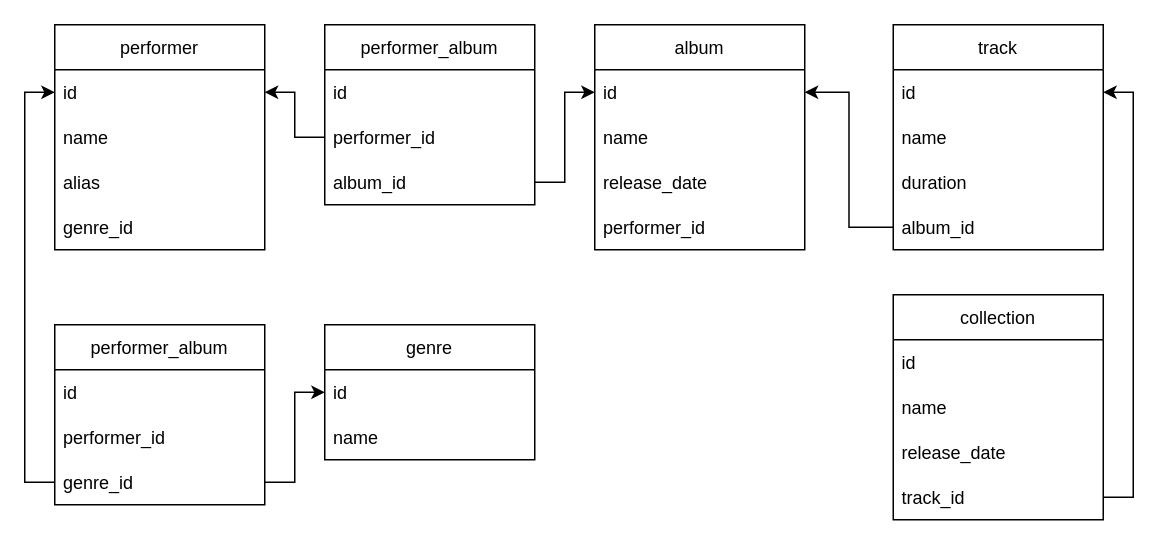
The draw.io diagram Sheme Music_DB Diagram.drawio in Fmndkn/SQL_task, before the edit. Source tidied: cells renumbered, new cells numbered last; positions are measured from the earlier drawing's top-left corner, leaving out a move shared by most shapes. Both pictures are drawn from the tidied source at 150%, with x=0, y=0 at pixel (54, 24).
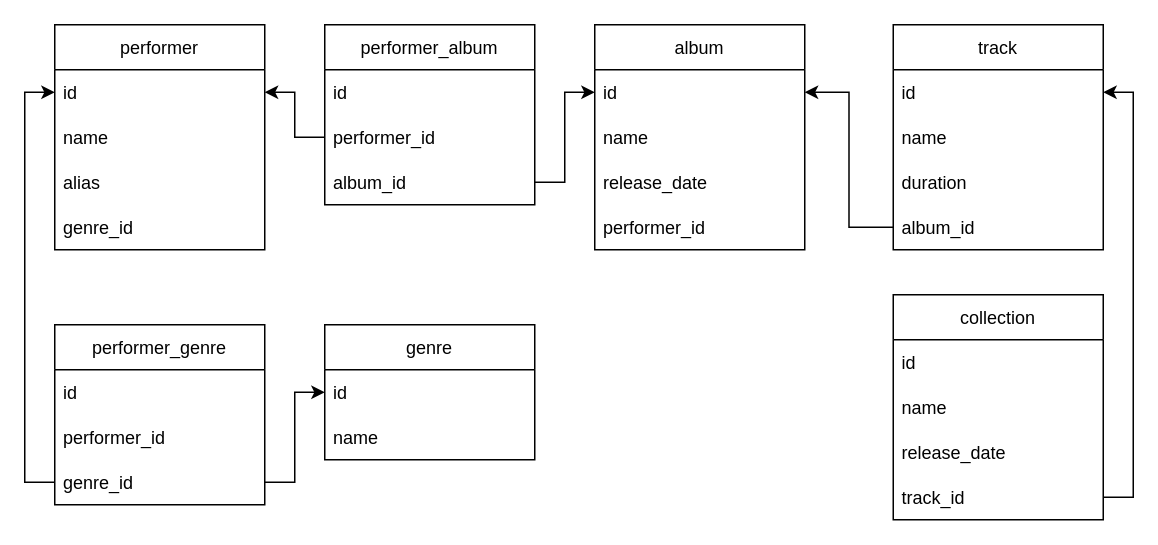
The same diagram, later.

Diff of the diagram source:
```diff
@@
-    <mxCell id="33" value="performer_album" style="swimlane;fontStyle=0;horizontal=1;startSize=30;" parent="1" vertex="1">
+    <mxCell id="33" value="performer_genre" style="swimlane;fontStyle=0;horizontal=1;startSize=30;" parent="1" vertex="1">
       <mxGeometry y="200" width="140" height="120" as="geometry" />
     </mxCell>
```
